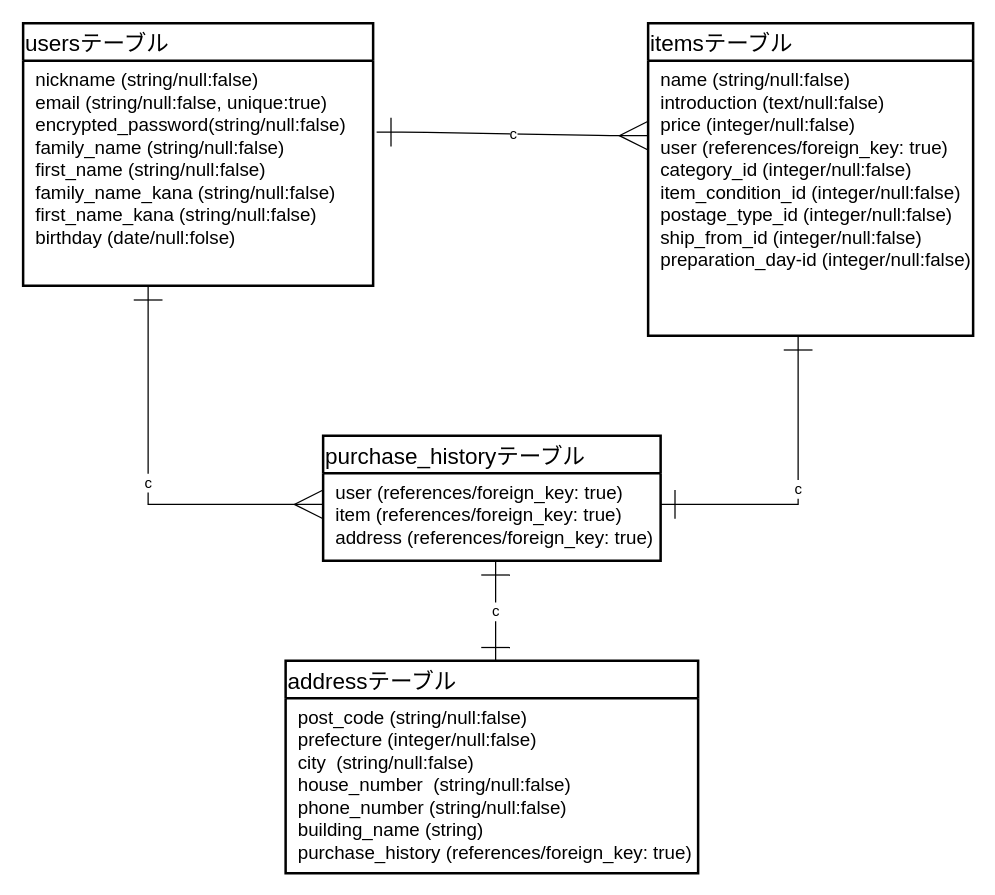
Above: furima.dio in JuntOta/furima-35409 (draw.io), before the change. Source tidied: cells renumbered, new cells numbered last; positions are measured from the earlier drawing's top-left corner, leaving out a move shared by most shapes. Both pictures are drawn from the tidied source at 125%, with x=0, y=0 at pixel (22, 22).
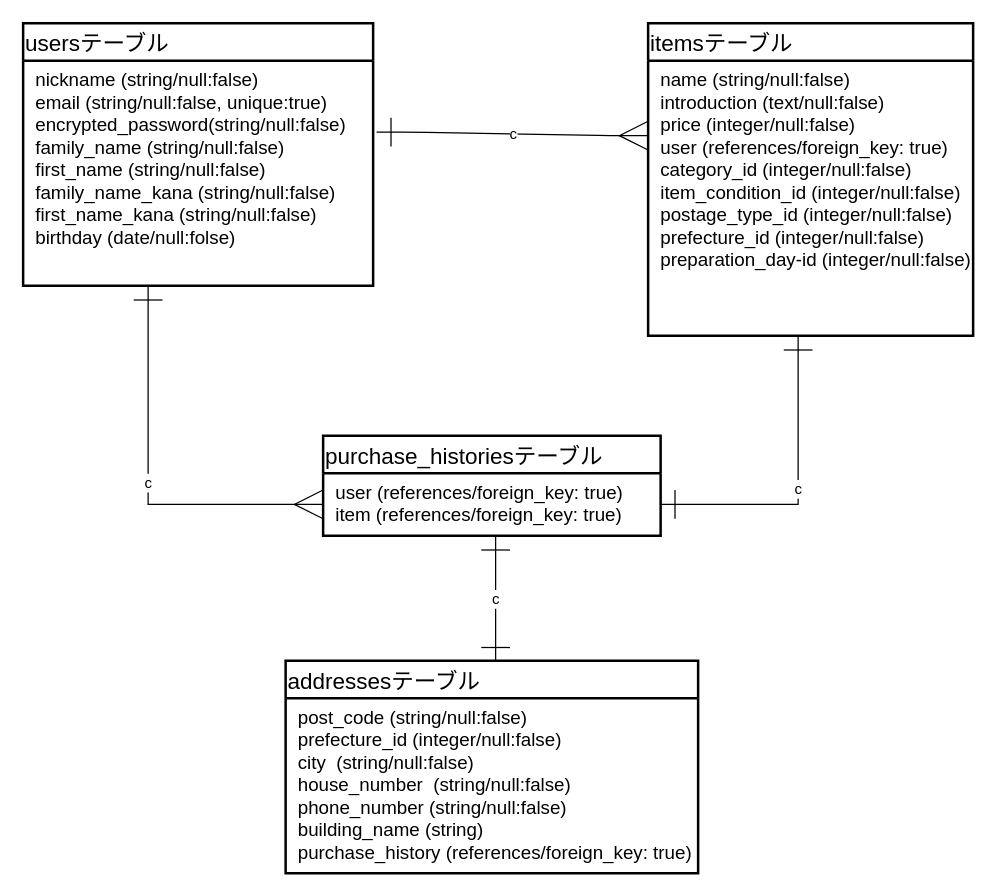
The same diagram, later.

Commit message (it also covers changes not shown here):
ER図、READMEの修正3回目

The edit, as a diff of the source:
```diff
@@
 <mxGraphModel>
   <root>
     <mxCell id="0" />
     <mxCell id="1" parent="0" />
     <mxCell id="2" value="usersテーブル" style="swimlane;horizontal=1;startSize=30;rounded=0;fontSize=18;fontStyle=0;strokeWidth=2;shadow=0;dashed=0;align=left;" parent="1" vertex="1">
       <mxGeometry width="280" height="210" as="geometry" />
     </mxCell>
     <mxCell id="3" value=" nickname (string/null:false)&#10; email (string/null:false, unique:true)&#10; encrypted_password(string/null:false)&#10; family_name (string/null:false)&#10; first_name (string/null:false)&#10; family_name_kana (string/null:false)&#10; first_name_kana (string/null:false)&#10; birthday (date/null:folse)" style="align=left;strokeColor=none;fillColor=none;spacingLeft=4;fontSize=15;verticalAlign=top;" parent="2" vertex="1">
       <mxGeometry y="30" width="280" height="180" as="geometry" />
     </mxCell>
     <mxCell id="4" value="itemsテーブル" style="swimlane;horizontal=1;startSize=30;rounded=0;fontSize=18;fontStyle=0;strokeWidth=2;shadow=0;dashed=0;align=left;" parent="1" vertex="1">
       <mxGeometry x="500" width="260" height="250" as="geometry" />
     </mxCell>
-    <mxCell id="5" value=" name (string/null:false)&#10; introduction (text/null:false)&#10; price (integer/null:false)&#10; user (references/foreign_key: true)&#10; category_id (integer/null:false)&#10; item_condition_id (integer/null:false)&#10; postage_type_id (integer/null:false)&#10; ship_from_id (integer/null:false)&#10; preparation_day-id (integer/null:false)&#10; " style="align=left;strokeColor=none;fillColor=none;spacingLeft=4;fontSize=15;verticalAlign=top;" parent="4" vertex="1">
+    <mxCell id="5" value=" name (string/null:false)&#10; introduction (text/null:false)&#10; price (integer/null:false)&#10; user (references/foreign_key: true)&#10; category_id (integer/null:false)&#10; item_condition_id (integer/null:false)&#10; postage_type_id (integer/null:false)&#10; prefecture_id (integer/null:false)&#10; preparation_day-id (integer/null:false)&#10; " style="align=left;strokeColor=none;fillColor=none;spacingLeft=4;fontSize=15;verticalAlign=top;" parent="4" vertex="1">
       <mxGeometry y="30" width="260" height="220" as="geometry" />
     </mxCell>
-    <mxCell id="6" value="purchase_historyテーブル" style="swimlane;horizontal=1;startSize=30;rounded=0;fontSize=18;fontStyle=0;strokeWidth=2;shadow=0;dashed=0;align=left;" parent="1" vertex="1">
-      <mxGeometry x="240" y="330" width="270" height="100" as="geometry" />
+    <mxCell id="6" value="purchase_historiesテーブル" style="swimlane;horizontal=1;startSize=30;rounded=0;fontSize=18;fontStyle=0;strokeWidth=2;shadow=0;dashed=0;align=left;" parent="1" vertex="1">
+      <mxGeometry x="240" y="330" width="270" height="80" as="geometry" />
     </mxCell>
-    <mxCell id="7" value=" user (references/foreign_key: true)&#10; item (references/foreign_key: true)&#10; address (references/foreign_key: true)" style="align=left;strokeColor=none;fillColor=none;spacingLeft=4;fontSize=15;verticalAlign=top;" parent="6" vertex="1">
-      <mxGeometry y="30" width="270" height="70" as="geometry" />
+    <mxCell id="7" value=" user (references/foreign_key: true)&#10; item (references/foreign_key: true)" style="align=left;strokeColor=none;fillColor=none;spacingLeft=4;fontSize=15;verticalAlign=top;" parent="6" vertex="1">
+      <mxGeometry y="30" width="270" height="50" as="geometry" />
     </mxCell>
-    <mxCell id="8" value="addressテーブル" style="swimlane;horizontal=1;startSize=30;rounded=0;fontSize=18;fontStyle=0;strokeWidth=2;shadow=0;dashed=0;align=left;" parent="1" vertex="1">
+    <mxCell id="8" value="addressesテーブル" style="swimlane;horizontal=1;startSize=30;rounded=0;fontSize=18;fontStyle=0;strokeWidth=2;shadow=0;dashed=0;align=left;" parent="1" vertex="1">
       <mxGeometry x="210" y="510" width="330" height="170" as="geometry" />
     </mxCell>
-    <mxCell id="9" value=" post_code (string/null:false)&#10; prefecture (integer/null:false)&#10; city  (string/null:false)&#10; house_number  (string/null:false)&#10; phone_number (string/null:false)&#10; building_name (string)&#10; purchase_history (references/foreign_key: true)" style="align=left;strokeColor=none;fillColor=none;spacingLeft=4;fontSize=15;verticalAlign=top;" parent="8" vertex="1">
+    <mxCell id="9" value=" post_code (string/null:false)&#10; prefecture_id (integer/null:false)&#10; city  (string/null:false)&#10; house_number  (string/null:false)&#10; phone_number (string/null:false)&#10; building_name (string)&#10; purchase_history (references/foreign_key: true)" style="align=left;strokeColor=none;fillColor=none;spacingLeft=4;fontSize=15;verticalAlign=top;" parent="8" vertex="1">
       <mxGeometry y="30" width="330" height="140" as="geometry" />
     </mxCell>
     <mxCell id="10" value="c" style="edgeStyle=entityRelationEdgeStyle;fontSize=12;html=1;endArrow=ERmany;endSize=21;startArrow=ERone;startFill=0;startSize=21;exitX=1.01;exitY=0.318;exitDx=0;exitDy=0;exitPerimeter=0;" parent="1" edge="1" source="3">
       <mxGeometry relative="1" as="geometry">
         <mxPoint x="500" y="90" as="targetPoint" />
       </mxGeometry>
     </mxCell>
     <mxCell id="11" value="c" style="edgeStyle=orthogonalEdgeStyle;fontSize=12;html=1;endArrow=ERmany;endSize=21;startArrow=ERone;startFill=0;startSize=21;rounded=0;" parent="1" edge="1" source="3" target="7">
       <mxGeometry relative="1" as="geometry">
         <Array as="points">
           <mxPoint x="100" y="385" />
         </Array>
       </mxGeometry>
     </mxCell>
     <mxCell id="12" value="c" style="edgeStyle=orthogonalEdgeStyle;fontSize=12;html=1;endArrow=ERone;endSize=21;startArrow=ERone;startFill=0;startSize=21;rounded=0;endFill=0;" parent="1" edge="1" source="5" target="7">
       <mxGeometry relative="1" as="geometry">
         <Array as="points">
           <mxPoint x="620" y="385" />
         </Array>
       </mxGeometry>
     </mxCell>
     <mxCell id="13" value="c" style="edgeStyle=orthogonalEdgeStyle;fontSize=12;html=1;endArrow=ERone;endSize=21;startArrow=ERone;startFill=0;startSize=21;rounded=0;endFill=0;" parent="1" edge="1" source="7">
       <mxGeometry relative="1" as="geometry">
         <mxPoint x="378" y="511" as="targetPoint" />
         <Array as="points">
           <mxPoint x="378" y="380" />
           <mxPoint x="378" y="380" />
         </Array>
       </mxGeometry>
     </mxCell>
   </root>
 </mxGraphModel>
```
